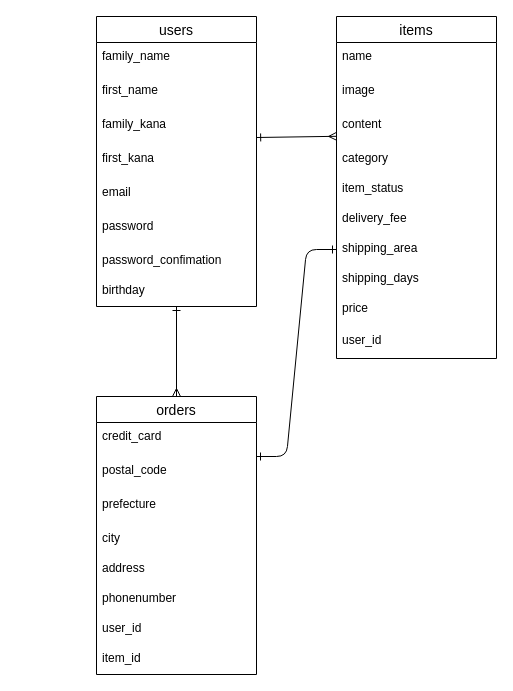
Above: test.dio in Yurika-1016/furima-33991 (draw.io), before the change. Source tidied: cells renumbered, new cells numbered last; positions are measured from the earlier drawing's top-left corner, leaving out a move shared by most shapes. Both pictures are drawn from the tidied source at 100%, with x=0, y=0 at pixel (96, 16).
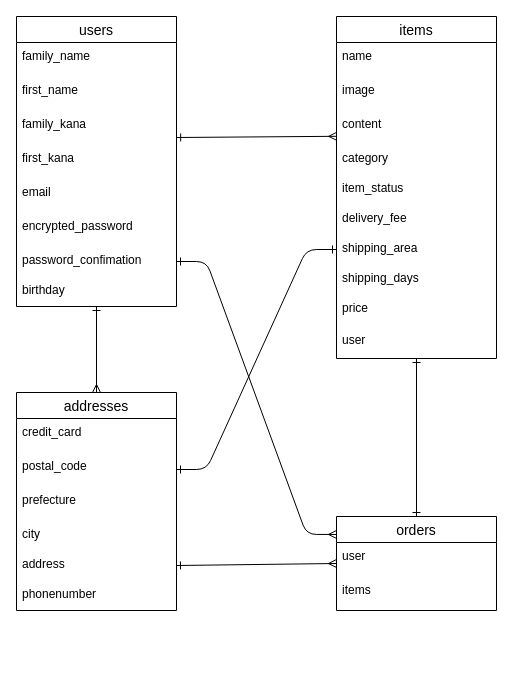
The same diagram, later.

The change refers to these unchanged cells:
```xml
<mxCell id="9" value="email" style="text;strokeColor=none;fillColor=none;spacingLeft=4;spacingRight=4;overflow=hidden;points=[[0,0.5],[1,0.5]];portConstraint=eastwest;fontSize=12;" parent="4" vertex="1">
  <mxGeometry y="162" width="160" height="34" as="geometry" />
</mxCell>
<mxCell id="11" value="password_confimation" style="text;strokeColor=none;fillColor=none;spacingLeft=4;spacingRight=4;overflow=hidden;points=[[0,0.5],[1,0.5]];portConstraint=eastwest;fontSize=12;" parent="4" vertex="1">
  <mxGeometry y="230" width="160" height="30" as="geometry" />
</mxCell>
<mxCell id="13" value="items" style="swimlane;fontStyle=0;horizontal=1;startSize=26;align=center;fontSize=14;" parent="1" vertex="1">
  <mxGeometry x="240" width="160" height="342" as="geometry" />
</mxCell>
<mxCell id="20" value="shipping_area" style="text;strokeColor=none;fillColor=none;spacingLeft=4;spacingRight=4;overflow=hidden;points=[[0,0.5],[1,0.5]];portConstraint=eastwest;fontSize=12;" parent="13" vertex="1">
  <mxGeometry y="218" width="160" height="30" as="geometry" />
</mxCell>
<mxCell id="26" value="postal_code" style="text;strokeColor=none;fillColor=none;spacingLeft=4;spacingRight=4;overflow=hidden;points=[[0,0.5],[1,0.5]];portConstraint=eastwest;fontSize=12;" parent="24" vertex="1">
  <mxGeometry y="60" width="160" height="34" as="geometry" />
</mxCell>
<mxCell id="29" value="address" style="text;strokeColor=none;fillColor=none;spacingLeft=4;spacingRight=4;overflow=hidden;points=[[0,0.5],[1,0.5]];portConstraint=eastwest;fontSize=12;" parent="24" vertex="1">
  <mxGeometry y="158" width="160" height="30" as="geometry" />
</mxCell>
```

What changed in the source:
```diff
@@
     <mxCell id="4" value="users" style="swimlane;fontStyle=0;horizontal=1;startSize=26;align=center;fontSize=14;" parent="1" vertex="1">
-      <mxGeometry width="160" height="290" as="geometry" />
+      <mxGeometry x="-80" width="160" height="290" as="geometry" />
     </mxCell>
@@
-    <mxCell id="10" value="password" style="text;strokeColor=none;fillColor=none;spacingLeft=4;spacingRight=4;overflow=hidden;fontSize=12;" parent="4" vertex="1">
+    <mxCell id="10" value="encrypted_password" style="text;strokeColor=none;fillColor=none;spacingLeft=4;spacingRight=4;overflow=hidden;fontSize=12;" parent="4" vertex="1">
       <mxGeometry y="196" width="160" height="34" as="geometry" />
     </mxCell>
@@
+    <mxCell id="34" style="edgeStyle=orthogonalEdgeStyle;rounded=0;orthogonalLoop=1;jettySize=auto;html=1;exitX=1;exitY=0.5;exitDx=0;exitDy=0;startArrow=ERone;startFill=0;endArrow=ERmany;endFill=0;" parent="4" edge="1" source="9" target="9">
+      <mxGeometry relative="1" as="geometry" />
+    </mxCell>
+    <mxCell id="35" style="edgeStyle=orthogonalEdgeStyle;rounded=0;jettySize=auto;html=1;startArrow=ERone;startFill=0;endArrow=ERone;endFill=0;" parent="1" edge="1" source="13" target="36">
+      <mxGeometry relative="1" as="geometry" />
+    </mxCell>
@@
-    <mxCell id="23" value="user_id" style="text;fillColor=none;spacingLeft=4;spacingRight=4;overflow=hidden;fontSize=12;" parent="13" vertex="1">
+    <mxCell id="23" value="user" style="text;fillColor=none;spacingLeft=4;spacingRight=4;overflow=hidden;fontSize=12;" parent="13" vertex="1">
       <mxGeometry y="310" width="160" height="32" as="geometry" />
     </mxCell>
-    <mxCell id="24" value="orders" style="swimlane;fontStyle=0;horizontal=1;startSize=26;align=center;fontSize=14;" parent="1" vertex="1">
-      <mxGeometry y="380" width="160" height="278" as="geometry" />
+    <mxCell id="24" value="addresses" style="swimlane;fontStyle=0;horizontal=1;startSize=26;align=center;fontSize=14;" parent="1" vertex="1">
+      <mxGeometry x="-80" y="376" width="160" height="218" as="geometry" />
     </mxCell>
@@
-    <mxCell id="31" value="user_id" style="text;strokeColor=none;fillColor=none;spacingLeft=4;spacingRight=4;overflow=hidden;fontSize=12;" parent="24" vertex="1">
-      <mxGeometry y="218" width="160" height="30" as="geometry" />
-    </mxCell>
-    <mxCell id="32" value="item_id" style="text;strokeColor=none;fillColor=none;spacingLeft=4;spacingRight=4;overflow=hidden;fontSize=12;" parent="24" vertex="1">
-      <mxGeometry y="248" width="160" height="30" as="geometry" />
-    </mxCell>
-    <mxCell id="33" style="edgeStyle=entityRelationEdgeStyle;fontSize=12;html=1;endArrow=ERone;startArrow=ERone;startFill=0;endFill=0;" parent="1" edge="1" target="20">
-      <mxGeometry relative="1" as="geometry">
-        <mxPoint x="160" y="440" as="sourcePoint" />
-      </mxGeometry>
+    <mxCell id="33" style="edgeStyle=entityRelationEdgeStyle;fontSize=12;html=1;endArrow=ERone;startArrow=ERone;startFill=0;endFill=0;exitX=1;exitY=0.5;exitDx=0;exitDy=0;" parent="1" edge="1" source="26" target="20">
+      <mxGeometry relative="1" as="geometry" />
     </mxCell>
+    <mxCell id="36" value="orders" style="swimlane;fontStyle=0;horizontal=1;startSize=26;align=center;fontSize=14;" parent="1" vertex="1">
+      <mxGeometry x="240" y="500" width="160" height="94" as="geometry" />
+    </mxCell>
+    <mxCell id="37" value="user" style="text;strokeColor=none;fillColor=none;spacingLeft=4;spacingRight=4;overflow=hidden;fontSize=12;" parent="36" vertex="1">
+      <mxGeometry y="26" width="160" height="34" as="geometry" />
+    </mxCell>
+    <mxCell id="38" value="items" style="text;strokeColor=none;fillColor=none;spacingLeft=4;spacingRight=4;overflow=hidden;fontSize=12;" parent="36" vertex="1">
+      <mxGeometry y="60" width="160" height="34" as="geometry" />
+    </mxCell>
+    <mxCell id="39" style="endArrow=ERmany;html=1;rounded=0;startArrow=ERone;startFill=0;endFill=0;exitX=1;exitY=0.5;exitDx=0;exitDy=0;" parent="1" edge="1" source="29">
+      <mxGeometry relative="1" as="geometry">
+        <mxPoint x="240" y="547" as="targetPoint" />
+      </mxGeometry>
+    </mxCell>
+    <mxCell id="40" style="edgeStyle=entityRelationEdgeStyle;fontSize=12;html=1;endArrow=ERmany;entryX=0;entryY=0.191;entryDx=0;entryDy=0;entryPerimeter=0;exitX=1;exitY=0.5;exitDx=0;exitDy=0;startArrow=ERone;startFill=0;" parent="1" edge="1" source="11" target="36">
+      <mxGeometry relative="1" as="geometry" />
+    </mxCell>
```
